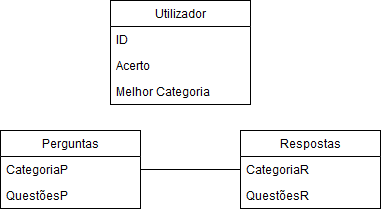
Above: DiagramaQuizz.png in Pedromatos98/Quizz (draw.io), before the change. Source tidied: cells renumbered, new cells last; positions are measured from the earlier drawing's top-left corner, leaving out a move shared by most shapes. The source it was exported from:
```xml
<mxGraphModel>
  <root>
    <mxCell id="0" />
    <mxCell id="1" parent="0" />
    <mxCell id="2" value="Utilizador" style="swimlane;fontStyle=0;horizontal=1;startSize=26;fillColor=none;" parent="1" vertex="1">
      <mxGeometry x="110" width="140" height="104" as="geometry" />
    </mxCell>
    <mxCell id="3" value="ID" style="text;strokeColor=none;fillColor=none;align=left;verticalAlign=top;spacingLeft=4;spacingRight=4;overflow=hidden;" parent="2" vertex="1">
      <mxGeometry y="26" width="140" height="26" as="geometry" />
    </mxCell>
    <mxCell id="4" value="Acerto" style="text;strokeColor=none;fillColor=none;align=left;verticalAlign=top;spacingLeft=4;spacingRight=4;overflow=hidden;" parent="2" vertex="1">
      <mxGeometry y="52" width="140" height="26" as="geometry" />
    </mxCell>
    <mxCell id="5" value="Melhor Categoria" style="text;strokeColor=none;fillColor=none;align=left;verticalAlign=top;spacingLeft=4;spacingRight=4;overflow=hidden;" parent="2" vertex="1">
      <mxGeometry y="78" width="140" height="26" as="geometry" />
    </mxCell>
    <mxCell id="6" value="Perguntas" style="swimlane;fontStyle=0;horizontal=1;startSize=26;fillColor=none;" parent="1" vertex="1">
      <mxGeometry y="130" width="140" height="78" as="geometry" />
    </mxCell>
    <mxCell id="7" value="CategoriaP" style="text;strokeColor=none;fillColor=none;align=left;verticalAlign=top;spacingLeft=4;spacingRight=4;overflow=hidden;points=[[0,0.5],[1,0.5]];portConstraint=eastwest;" parent="6" vertex="1">
      <mxGeometry y="26" width="140" height="26" as="geometry" />
    </mxCell>
    <mxCell id="8" value="QuestõesP" style="text;strokeColor=none;fillColor=none;align=left;verticalAlign=top;spacingLeft=4;spacingRight=4;overflow=hidden;" parent="6" vertex="1">
      <mxGeometry y="52" width="140" height="26" as="geometry" />
    </mxCell>
    <mxCell id="9" value="Respostas" style="swimlane;fontStyle=0;horizontal=1;startSize=26;fillColor=none;" parent="1" vertex="1">
      <mxGeometry x="240" y="130" width="140" height="78" as="geometry" />
    </mxCell>
    <mxCell id="10" value="CategoriaR" style="text;strokeColor=none;fillColor=none;align=left;verticalAlign=top;spacingLeft=4;spacingRight=4;overflow=hidden;points=[[0,0.5],[1,0.5]];portConstraint=eastwest;" parent="9" vertex="1">
      <mxGeometry y="26" width="140" height="26" as="geometry" />
    </mxCell>
    <mxCell id="11" value="QuestõesR" style="text;strokeColor=none;fillColor=none;align=left;verticalAlign=top;spacingLeft=4;spacingRight=4;overflow=hidden;" parent="9" vertex="1">
      <mxGeometry y="52" width="140" height="26" as="geometry" />
    </mxCell>
    <mxCell id="12" style="endArrow=none;html=1;exitX=1;exitY=0.5;exitDx=0;exitDy=0;entryX=0;entryY=0.5;entryDx=0;entryDy=0;" parent="1" edge="1" source="7" target="10">
      <mxGeometry relative="1" as="geometry" />
    </mxCell>
  </root>
</mxGraphModel>
```
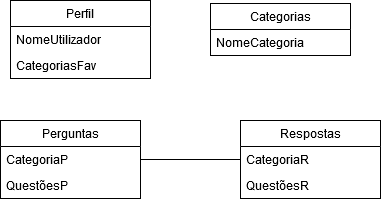
Later version of the same file.

Diff of the diagram source:
```diff
@@ -2,18 +2,15 @@
   <root>
     <mxCell id="0" />
     <mxCell id="1" parent="0" />
-    <mxCell id="2" value="Utilizador" style="swimlane;fontStyle=0;horizontal=1;startSize=26;fillColor=none;" parent="1" vertex="1">
-      <mxGeometry x="110" width="140" height="104" as="geometry" />
+    <mxCell id="2" value="Perfil" style="swimlane;fontStyle=0;horizontal=1;startSize=26;fillColor=none;" parent="1" vertex="1">
+      <mxGeometry x="10" y="10" width="140" height="78" as="geometry" />
     </mxCell>
-    <mxCell id="3" value="ID" style="text;strokeColor=none;fillColor=none;align=left;verticalAlign=top;spacingLeft=4;spacingRight=4;overflow=hidden;" parent="2" vertex="1">
+    <mxCell id="3" value="NomeUtilizador" style="text;strokeColor=none;fillColor=none;align=left;verticalAlign=top;spacingLeft=4;spacingRight=4;overflow=hidden;" parent="2" vertex="1">
       <mxGeometry y="26" width="140" height="26" as="geometry" />
     </mxCell>
-    <mxCell id="4" value="Acerto" style="text;strokeColor=none;fillColor=none;align=left;verticalAlign=top;spacingLeft=4;spacingRight=4;overflow=hidden;" parent="2" vertex="1">
+    <mxCell id="4" value="CategoriasFav" style="text;strokeColor=none;fillColor=none;align=left;verticalAlign=top;spacingLeft=4;spacingRight=4;overflow=hidden;" parent="2" vertex="1">
       <mxGeometry y="52" width="140" height="26" as="geometry" />
     </mxCell>
-    <mxCell id="5" value="Melhor Categoria" style="text;strokeColor=none;fillColor=none;align=left;verticalAlign=top;spacingLeft=4;spacingRight=4;overflow=hidden;" parent="2" vertex="1">
-      <mxGeometry y="78" width="140" height="26" as="geometry" />
-    </mxCell>
     <mxCell id="6" value="Perguntas" style="swimlane;fontStyle=0;horizontal=1;startSize=26;fillColor=none;" parent="1" vertex="1">
       <mxGeometry y="130" width="140" height="78" as="geometry" />
     </mxCell>
@@ -35,5 +32,11 @@
     <mxCell id="12" style="endArrow=none;html=1;exitX=1;exitY=0.5;exitDx=0;exitDy=0;entryX=0;entryY=0.5;entryDx=0;entryDy=0;" parent="1" edge="1" source="7" target="10">
       <mxGeometry relative="1" as="geometry" />
     </mxCell>
+    <mxCell id="13" value="Categorias" style="swimlane;fontStyle=0;horizontal=1;startSize=26;fillColor=none;" parent="1" vertex="1">
+      <mxGeometry x="210" y="13" width="140" height="52" as="geometry" />
+    </mxCell>
+    <mxCell id="14" value="NomeCategoria" style="text;strokeColor=none;fillColor=none;align=left;verticalAlign=top;spacingLeft=4;spacingRight=4;overflow=hidden;" parent="13" vertex="1">
+      <mxGeometry y="26" width="140" height="26" as="geometry" />
+    </mxCell>
   </root>
 </mxGraphModel>
```
